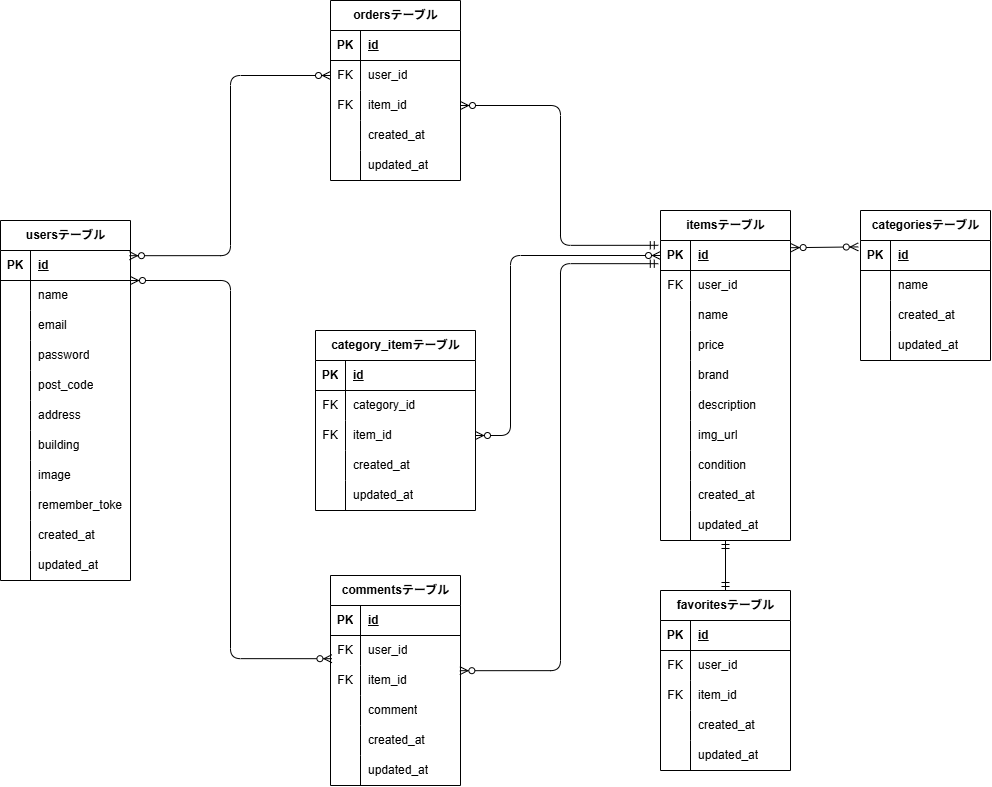
The draw.io diagram er.drawio.png in yutaka58/coachtech_flea-market, before a commit. Source tidied: cells renumbered, new cells last; positions are measured from the earlier drawing's top-left corner, leaving out a move shared by most shapes.
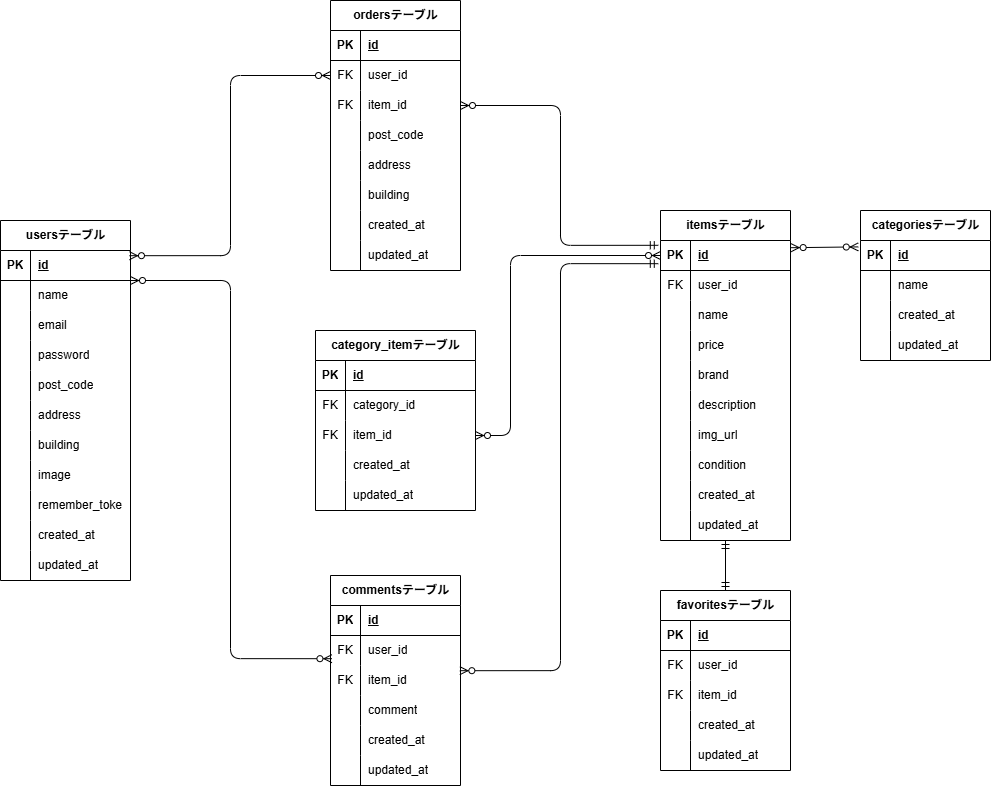
The same file after the commit.

The edit, as a diff of the source:
```diff
@@ -96,7 +96,7 @@
       <mxGeometry x="30" width="100" height="30" as="geometry" />
     </mxCell>
     <mxCell id="33" value="ordersテーブル" style="shape=table;startSize=30;rowLines=0;fontStyle=1;align=center;html=1;" parent="1" vertex="1">
-      <mxGeometry x="330" width="130" height="180" as="geometry" />
+      <mxGeometry x="330" width="130" height="270" as="geometry" />
     </mxCell>
     <mxCell id="34" style="shape=tableRow;horizontal=0;startSize=0;swimlaneHead=0;swimlaneBody=0;fillColor=none;top=0;left=0;right=0;bottom=1;" parent="33" vertex="1">
       <mxGeometry y="30" width="130" height="30" as="geometry" />
@@ -125,8 +125,35 @@
     <mxCell id="42" value="item_id" style="shape=partialRectangle;fillColor=none;top=0;left=0;bottom=0;right=0;align=left;spacingLeft=6;overflow=hidden;whiteSpace=wrap;html=1;" parent="40" vertex="1">
       <mxGeometry x="30" width="100" height="30" as="geometry" />
     </mxCell>
+    <mxCell id="154" style="shape=tableRow;horizontal=0;startSize=0;swimlaneHead=0;swimlaneBody=0;fillColor=none;top=0;left=0;right=0;bottom=0;" parent="33" vertex="1">
+      <mxGeometry y="120" width="130" height="30" as="geometry" />
+    </mxCell>
+    <mxCell id="155" style="shape=partialRectangle;fillColor=none;top=0;left=0;bottom=0;right=0;overflow=hidden;whiteSpace=wrap;html=1;" parent="154" vertex="1">
+      <mxGeometry width="30" height="30" as="geometry" />
+    </mxCell>
+    <mxCell id="156" value="post_code" style="shape=partialRectangle;fillColor=none;top=0;left=0;bottom=0;right=0;align=left;spacingLeft=6;overflow=hidden;whiteSpace=wrap;html=1;" parent="154" vertex="1">
+      <mxGeometry x="30" width="100" height="30" as="geometry" />
+    </mxCell>
+    <mxCell id="157" style="shape=tableRow;horizontal=0;startSize=0;swimlaneHead=0;swimlaneBody=0;fillColor=none;top=0;left=0;right=0;bottom=0;" parent="33" vertex="1">
+      <mxGeometry y="150" width="130" height="30" as="geometry" />
+    </mxCell>
+    <mxCell id="158" style="shape=partialRectangle;fillColor=none;top=0;left=0;bottom=0;right=0;overflow=hidden;whiteSpace=wrap;html=1;" parent="157" vertex="1">
+      <mxGeometry width="30" height="30" as="geometry" />
+    </mxCell>
+    <mxCell id="159" value="address" style="shape=partialRectangle;fillColor=none;top=0;left=0;bottom=0;right=0;align=left;spacingLeft=6;overflow=hidden;whiteSpace=wrap;html=1;" parent="157" vertex="1">
+      <mxGeometry x="30" width="100" height="30" as="geometry" />
+    </mxCell>
+    <mxCell id="160" style="shape=tableRow;horizontal=0;startSize=0;swimlaneHead=0;swimlaneBody=0;fillColor=none;top=0;left=0;right=0;bottom=0;" parent="33" vertex="1">
+      <mxGeometry y="180" width="130" height="30" as="geometry" />
+    </mxCell>
+    <mxCell id="161" style="shape=partialRectangle;fillColor=none;top=0;left=0;bottom=0;right=0;overflow=hidden;whiteSpace=wrap;html=1;" parent="160" vertex="1">
+      <mxGeometry width="30" height="30" as="geometry" />
+    </mxCell>
+    <mxCell id="162" value="building" style="shape=partialRectangle;fillColor=none;top=0;left=0;bottom=0;right=0;align=left;spacingLeft=6;overflow=hidden;whiteSpace=wrap;html=1;" parent="160" vertex="1">
+      <mxGeometry x="30" width="100" height="30" as="geometry" />
+    </mxCell>
     <mxCell id="43" style="shape=tableRow;horizontal=0;startSize=0;swimlaneHead=0;swimlaneBody=0;fillColor=none;top=0;left=0;right=0;bottom=0;" parent="33" vertex="1">
-      <mxGeometry y="120" width="130" height="30" as="geometry" />
+      <mxGeometry y="210" width="130" height="30" as="geometry" />
     </mxCell>
     <mxCell id="44" style="shape=partialRectangle;fillColor=none;top=0;left=0;bottom=0;right=0;overflow=hidden;whiteSpace=wrap;html=1;" parent="43" vertex="1">
       <mxGeometry width="30" height="30" as="geometry" />
@@ -135,7 +162,7 @@
       <mxGeometry x="30" width="100" height="30" as="geometry" />
     </mxCell>
     <mxCell id="46" style="shape=tableRow;horizontal=0;startSize=0;swimlaneHead=0;swimlaneBody=0;fillColor=none;top=0;left=0;right=0;bottom=0;" parent="33" vertex="1">
-      <mxGeometry y="150" width="130" height="30" as="geometry" />
+      <mxGeometry y="240" width="130" height="30" as="geometry" />
     </mxCell>
     <mxCell id="47" style="shape=partialRectangle;fillColor=none;top=0;left=0;bottom=0;right=0;overflow=hidden;whiteSpace=wrap;html=1;" parent="46" vertex="1">
       <mxGeometry width="30" height="30" as="geometry" />
```
